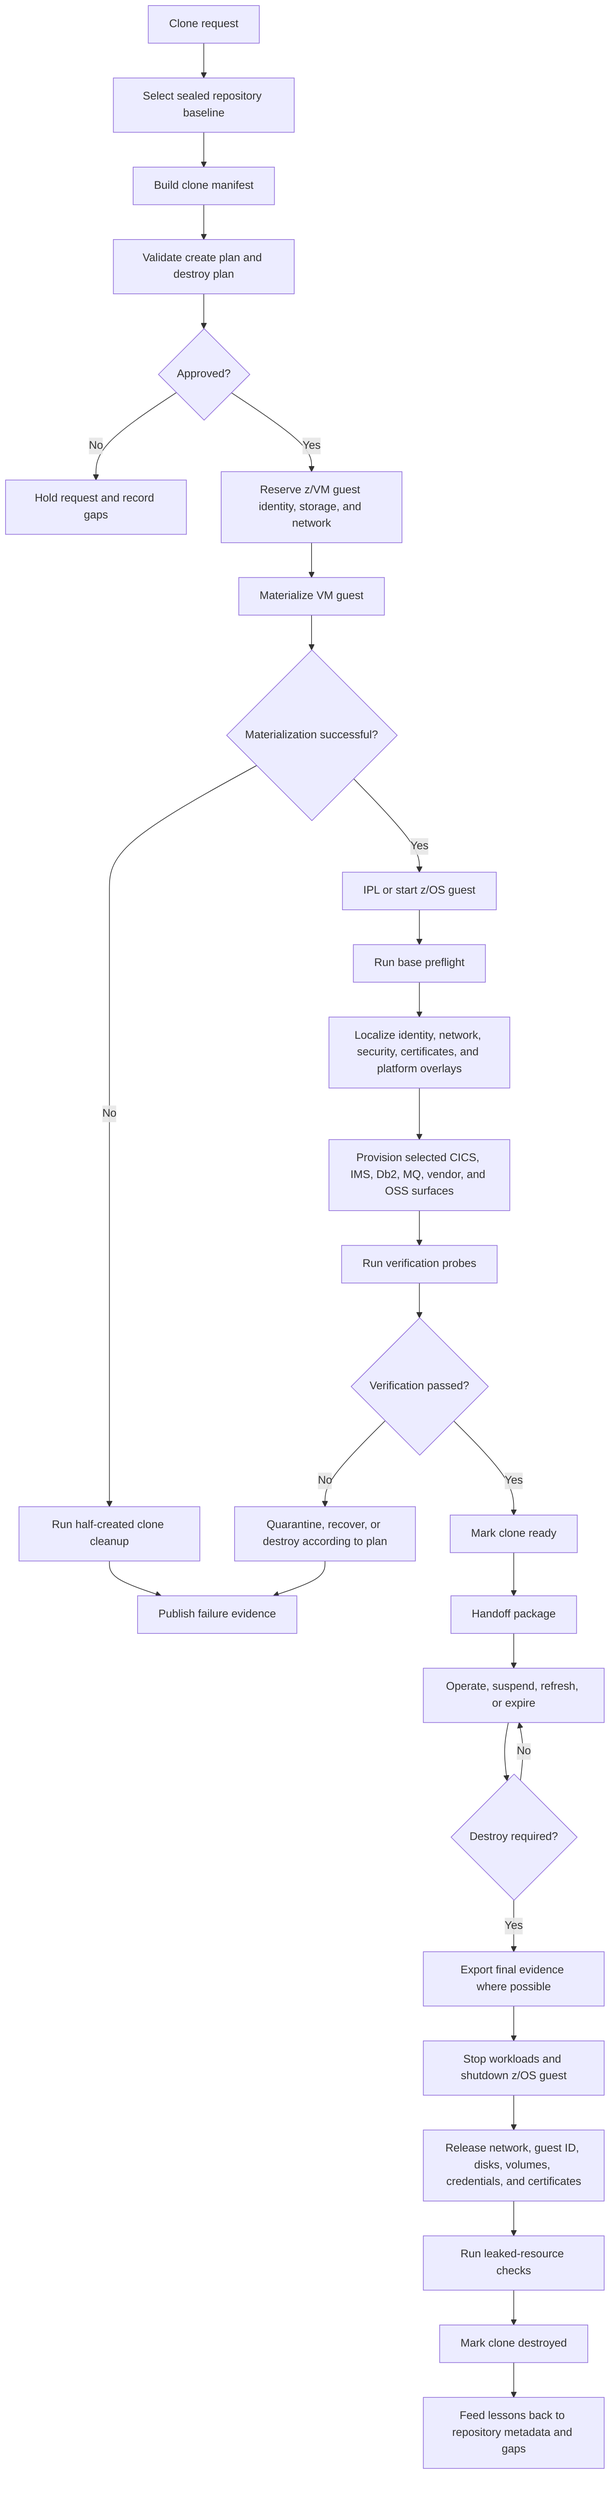
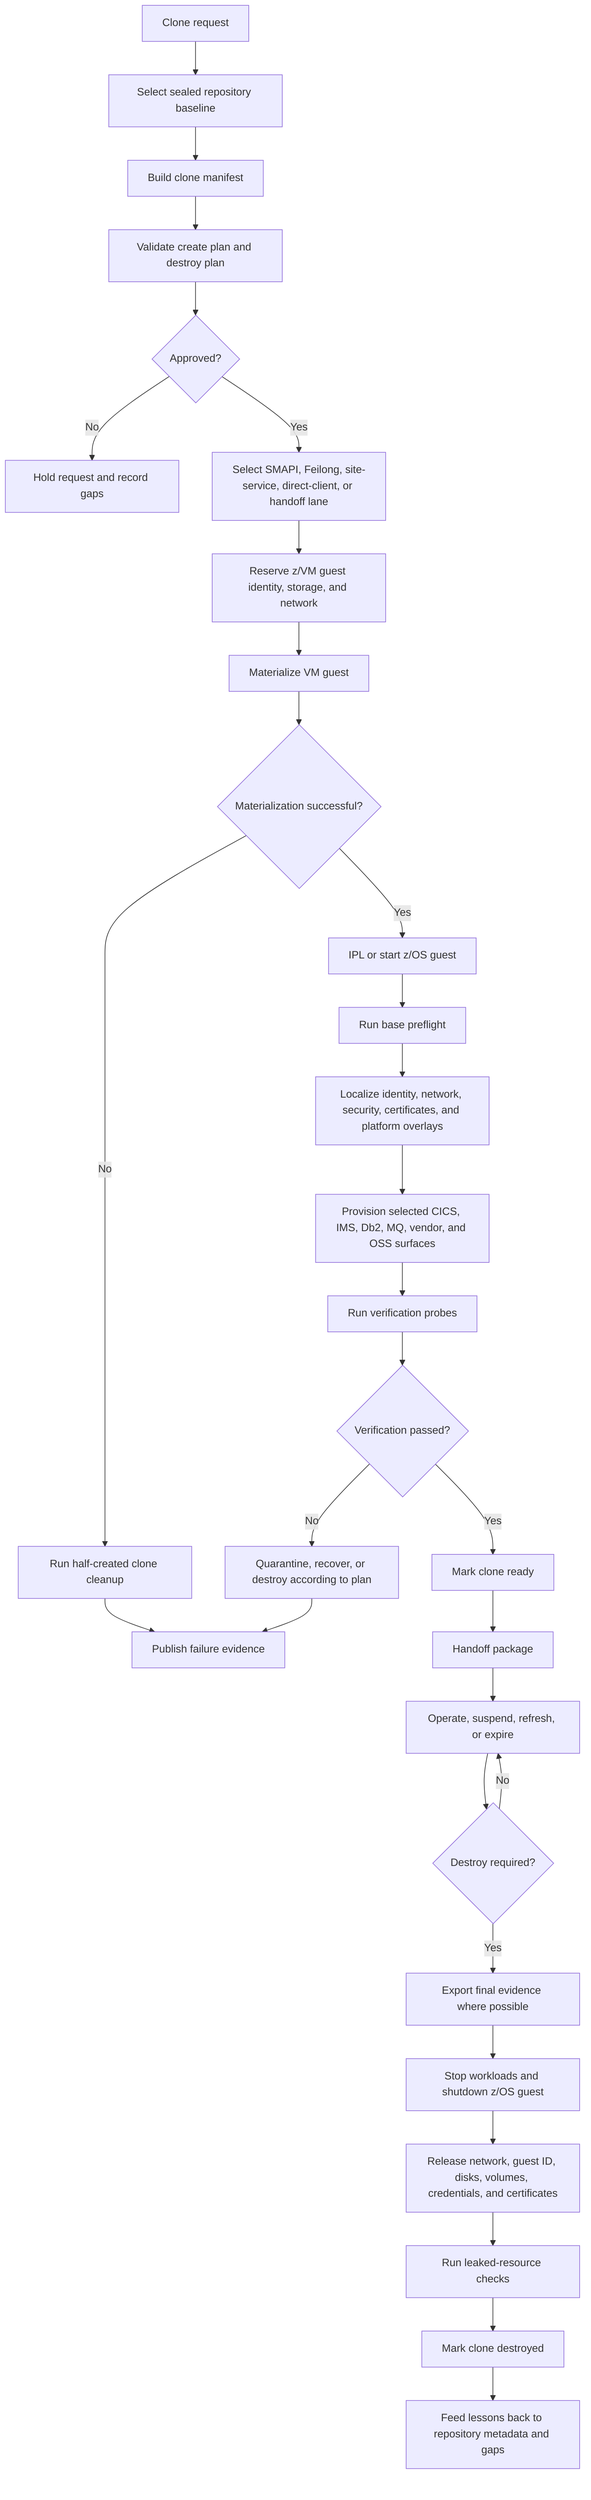
flowchart TD
    A["Clone request"] --> B["Select sealed repository baseline"]
    B --> C["Build clone manifest"]
    C --> D["Validate create plan and destroy plan"]
    D --> E{"Approved?"}
    E -- "No" --> F["Hold request and record gaps"]
-     E -- "Yes" --> G["Reserve z/VM guest identity, storage, and network"]
+     E -- "Yes" --> G["Select SMAPI, Feilong, site-service, direct-client, or handoff lane"]

-     G --> H["Materialize VM guest"]
-     H --> I{"Materialization successful?"}
+     G --> H["Reserve z/VM guest identity, storage, and network"]
+     H --> HA["Materialize VM guest"]
+     HA --> I{"Materialization successful?"}
    I -- "No" --> J["Run half-created clone cleanup"]
    J --> K["Publish failure evidence"]

    I -- "Yes" --> L["IPL or start z/OS guest"]
    L --> M["Run base preflight"]
    M --> N["Localize identity, network, security, certificates, and platform overlays"]
    N --> O["Provision selected CICS, IMS, Db2, MQ, vendor, and OSS surfaces"]
    O --> P["Run verification probes"]
    P --> Q{"Verification passed?"}
    Q -- "No" --> R["Quarantine, recover, or destroy according to plan"]
    R --> K

    Q -- "Yes" --> S["Mark clone ready"]
    S --> T["Handoff package"]
    T --> U["Operate, suspend, refresh, or expire"]
    U --> V{"Destroy required?"}
    V -- "No" --> U
    V -- "Yes" --> W["Export final evidence where possible"]
    W --> X["Stop workloads and shutdown z/OS guest"]
    X --> Y["Release network, guest ID, disks, volumes, credentials, and certificates"]
    Y --> Z["Run leaked-resource checks"]
    Z --> AA["Mark clone destroyed"]
    AA --> AB["Feed lessons back to repository metadata and gaps"]
